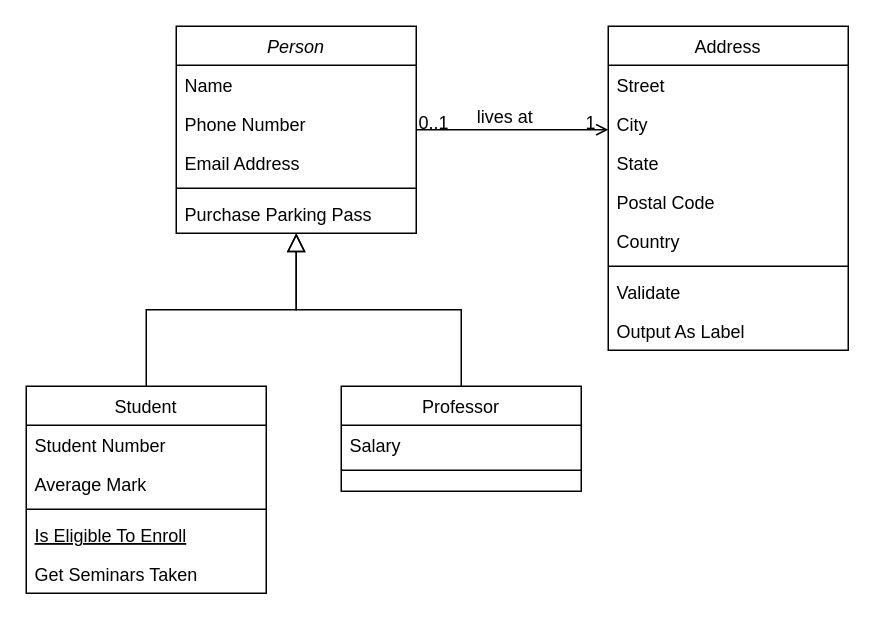
Above: SYSML/Diagramme Classe.drawio in ToGen49/Hippodrome (draw.io), before the change. Source tidied: cells renumbered, new cells numbered last; positions are measured from the earlier drawing's top-left corner, leaving out a move shared by most shapes. Both pictures are drawn from the tidied source at 150%, with x=0, y=0 at pixel (26, 26).
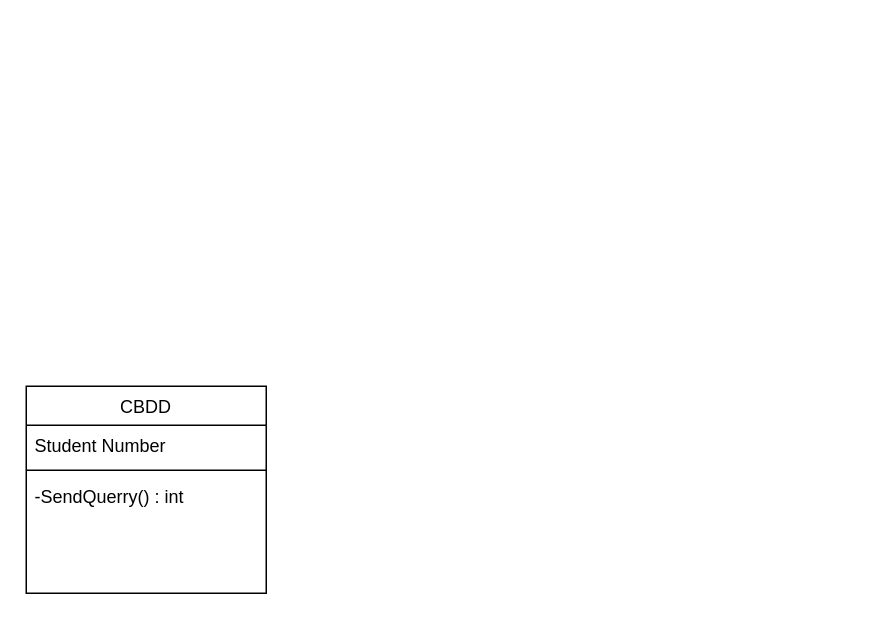
The same diagram, later.

Commit message (it also covers changes not shown here):
Mettre à jour Diagramme Classe.drawio

Diff of the diagram source:
```diff
@@
-    <mxCell id="2" value="Person" style="swimlane;fontStyle=2;align=center;verticalAlign=top;horizontal=1;startSize=26;rounded=0;shadow=0;strokeWidth=1;" parent="1" vertex="1">
-      <mxGeometry x="100" width="160" height="138" as="geometry" />
-    </mxCell>
-    <mxCell id="3" value="Name" style="text;align=left;verticalAlign=top;spacingLeft=4;spacingRight=4;overflow=hidden;" parent="2" vertex="1">
-      <mxGeometry y="26" width="160" height="26" as="geometry" />
-    </mxCell>
-    <mxCell id="4" value="Phone Number" style="text;align=left;verticalAlign=top;spacingLeft=4;spacingRight=4;overflow=hidden;rounded=0;shadow=0;html=0;" parent="2" vertex="1">
-      <mxGeometry y="52" width="160" height="26" as="geometry" />
-    </mxCell>
-    <mxCell id="5" value="Email Address" style="text;align=left;verticalAlign=top;spacingLeft=4;spacingRight=4;overflow=hidden;rounded=0;shadow=0;html=0;" parent="2" vertex="1">
-      <mxGeometry y="78" width="160" height="26" as="geometry" />
-    </mxCell>
-    <mxCell id="6" style="line;html=1;strokeWidth=1;align=left;verticalAlign=middle;spacingTop=-1;spacingLeft=3;spacingRight=3;labelPosition=right;" parent="2" vertex="1">
-      <mxGeometry y="104" width="160" height="8" as="geometry" />
-    </mxCell>
-    <mxCell id="7" value="Purchase Parking Pass" style="text;align=left;verticalAlign=top;spacingLeft=4;spacingRight=4;overflow=hidden;" parent="2" vertex="1">
-      <mxGeometry y="112" width="160" height="26" as="geometry" />
-    </mxCell>
-    <mxCell id="8" value="Student" style="swimlane;fontStyle=0;align=center;verticalAlign=top;horizontal=1;startSize=26;rounded=0;shadow=0;strokeWidth=1;" parent="1" vertex="1">
+    <mxCell id="8" value="CBDD" style="swimlane;fontStyle=0;align=center;verticalAlign=top;horizontal=1;startSize=26;rounded=0;shadow=0;strokeWidth=1;" parent="1" vertex="1">
       <mxGeometry y="240" width="160" height="138" as="geometry" />
     </mxCell>
@@
-    <mxCell id="10" value="Average Mark" style="text;align=left;verticalAlign=top;spacingLeft=4;spacingRight=4;overflow=hidden;rounded=0;shadow=0;html=0;" parent="8" vertex="1">
-      <mxGeometry y="52" width="160" height="26" as="geometry" />
-    </mxCell>
     <mxCell id="11" style="line;html=1;strokeWidth=1;align=left;verticalAlign=middle;spacingTop=-1;spacingLeft=3;spacingRight=3;labelPosition=right;" parent="8" vertex="1">
-      <mxGeometry y="78" width="160" height="8" as="geometry" />
+      <mxGeometry y="52" width="160" height="8" as="geometry" />
     </mxCell>
-    <mxCell id="12" value="Is Eligible To Enroll" style="text;align=left;verticalAlign=top;spacingLeft=4;spacingRight=4;overflow=hidden;fontStyle=4;" parent="8" vertex="1">
-      <mxGeometry y="86" width="160" height="26" as="geometry" />
-    </mxCell>
-    <mxCell id="13" value="Get Seminars Taken" style="text;align=left;verticalAlign=top;spacingLeft=4;spacingRight=4;overflow=hidden;" parent="8" vertex="1">
-      <mxGeometry y="112" width="160" height="26" as="geometry" />
+    <mxCell id="13" value="-SendQuerry() : int" style="text;align=left;verticalAlign=top;spacingLeft=4;spacingRight=4;overflow=hidden;" parent="8" vertex="1">
+      <mxGeometry y="60" width="160" height="26" as="geometry" />
     </mxCell>
-    <mxCell id="14" style="endArrow=block;endSize=10;endFill=0;shadow=0;strokeWidth=1;rounded=0;curved=0;edgeStyle=elbowEdgeStyle;elbow=vertical;" parent="1" edge="1" source="8" target="2">
-      <mxGeometry relative="1" as="geometry" />
-    </mxCell>
-    <mxCell id="15" value="Professor" style="swimlane;fontStyle=0;align=center;verticalAlign=top;horizontal=1;startSize=26;rounded=0;shadow=0;strokeWidth=1;" parent="1" vertex="1">
-      <mxGeometry x="210" y="240" width="160" height="70" as="geometry" />
-    </mxCell>
-    <mxCell id="16" value="Salary" style="text;align=left;verticalAlign=top;spacingLeft=4;spacingRight=4;overflow=hidden;" parent="15" vertex="1">
-      <mxGeometry y="26" width="160" height="26" as="geometry" />
-    </mxCell>
-    <mxCell id="17" style="line;html=1;strokeWidth=1;align=left;verticalAlign=middle;spacingTop=-1;spacingLeft=3;spacingRight=3;labelPosition=right;" parent="15" vertex="1">
-      <mxGeometry y="52" width="160" height="8" as="geometry" />
-    </mxCell>
-    <mxCell id="18" style="endArrow=block;endSize=10;endFill=0;shadow=0;strokeWidth=1;rounded=0;curved=0;edgeStyle=elbowEdgeStyle;elbow=vertical;" parent="1" edge="1" source="15" target="2">
-      <mxGeometry relative="1" as="geometry" />
-    </mxCell>
-    <mxCell id="19" value="Address" style="swimlane;fontStyle=0;align=center;verticalAlign=top;horizontal=1;startSize=26;rounded=0;shadow=0;strokeWidth=1;" parent="1" vertex="1">
-      <mxGeometry x="388" width="160" height="216" as="geometry" />
-    </mxCell>
-    <mxCell id="20" value="Street" style="text;align=left;verticalAlign=top;spacingLeft=4;spacingRight=4;overflow=hidden;" parent="19" vertex="1">
-      <mxGeometry y="26" width="160" height="26" as="geometry" />
-    </mxCell>
-    <mxCell id="21" value="City" style="text;align=left;verticalAlign=top;spacingLeft=4;spacingRight=4;overflow=hidden;rounded=0;shadow=0;html=0;" parent="19" vertex="1">
-      <mxGeometry y="52" width="160" height="26" as="geometry" />
-    </mxCell>
-    <mxCell id="22" value="State" style="text;align=left;verticalAlign=top;spacingLeft=4;spacingRight=4;overflow=hidden;rounded=0;shadow=0;html=0;" parent="19" vertex="1">
-      <mxGeometry y="78" width="160" height="26" as="geometry" />
-    </mxCell>
-    <mxCell id="23" value="Postal Code" style="text;align=left;verticalAlign=top;spacingLeft=4;spacingRight=4;overflow=hidden;rounded=0;shadow=0;html=0;" parent="19" vertex="1">
-      <mxGeometry y="104" width="160" height="26" as="geometry" />
-    </mxCell>
-    <mxCell id="24" value="Country" style="text;align=left;verticalAlign=top;spacingLeft=4;spacingRight=4;overflow=hidden;rounded=0;shadow=0;html=0;" parent="19" vertex="1">
-      <mxGeometry y="130" width="160" height="26" as="geometry" />
-    </mxCell>
-    <mxCell id="25" style="line;html=1;strokeWidth=1;align=left;verticalAlign=middle;spacingTop=-1;spacingLeft=3;spacingRight=3;labelPosition=right;" parent="19" vertex="1">
-      <mxGeometry y="156" width="160" height="8" as="geometry" />
-    </mxCell>
-    <mxCell id="26" value="Validate" style="text;align=left;verticalAlign=top;spacingLeft=4;spacingRight=4;overflow=hidden;" parent="19" vertex="1">
-      <mxGeometry y="164" width="160" height="26" as="geometry" />
-    </mxCell>
-    <mxCell id="27" value="Output As Label" style="text;align=left;verticalAlign=top;spacingLeft=4;spacingRight=4;overflow=hidden;" parent="19" vertex="1">
-      <mxGeometry y="190" width="160" height="26" as="geometry" />
-    </mxCell>
-    <mxCell id="28" style="endArrow=open;shadow=0;strokeWidth=1;rounded=0;curved=0;endFill=1;edgeStyle=elbowEdgeStyle;elbow=vertical;" parent="1" edge="1" source="2" target="19">
-      <mxGeometry x="0.5" y="41" relative="1" as="geometry">
-        <mxPoint x="-40" y="32" as="offset" />
-      </mxGeometry>
-    </mxCell>
-    <mxCell id="29" value="0..1" style="align=left;verticalAlign=bottom;labelBackgroundColor=none;fontSize=12;" parent="28" vertex="1">
-      <mxGeometry x="-1" relative="1" as="geometry">
-        <mxPoint y="4" as="offset" />
-      </mxGeometry>
-    </mxCell>
-    <mxCell id="30" value="1" style="align=right;verticalAlign=bottom;labelBackgroundColor=none;fontSize=12;" parent="28" vertex="1">
-      <mxGeometry x="1" relative="1" as="geometry">
-        <mxPoint x="-7" y="4" as="offset" />
-      </mxGeometry>
-    </mxCell>
-    <mxCell id="31" value="lives at" style="text;html=1;align=center;verticalAlign=middle;labelBackgroundColor=none;rounded=0;shadow=0;strokeWidth=1;fontSize=12;" parent="28" vertex="1">
-      <mxGeometry x="0.5" y="49" relative="1" as="geometry">
-        <mxPoint x="-38" y="40" as="offset" />
-      </mxGeometry>
-    </mxCell>
```
